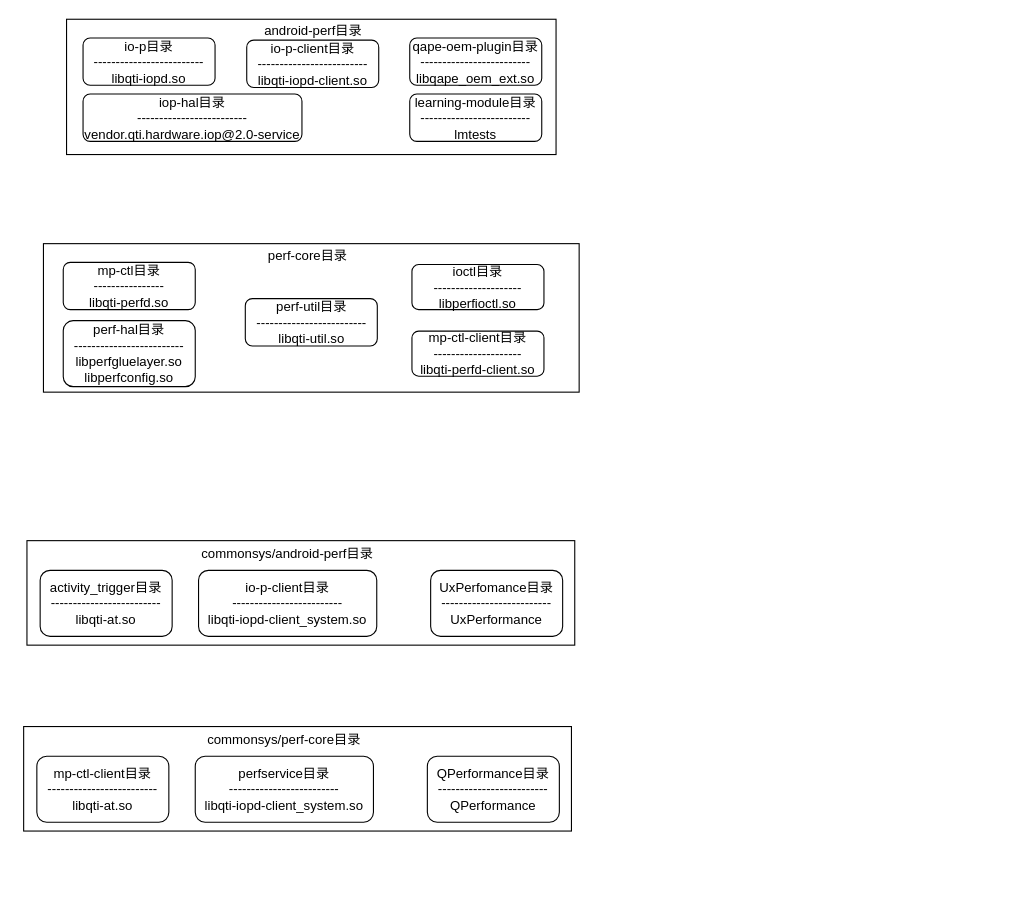
Earlier version of the draw.io diagram qcom.drawio (jasonactions/graph). Source tidied: cells renumbered, new cells numbered last; positions are measured from the earlier drawing's top-left corner, leaving out a move shared by most shapes. Both pictures are drawn from the tidied source at 110%, with x=0, y=0 at pixel (23, 19).
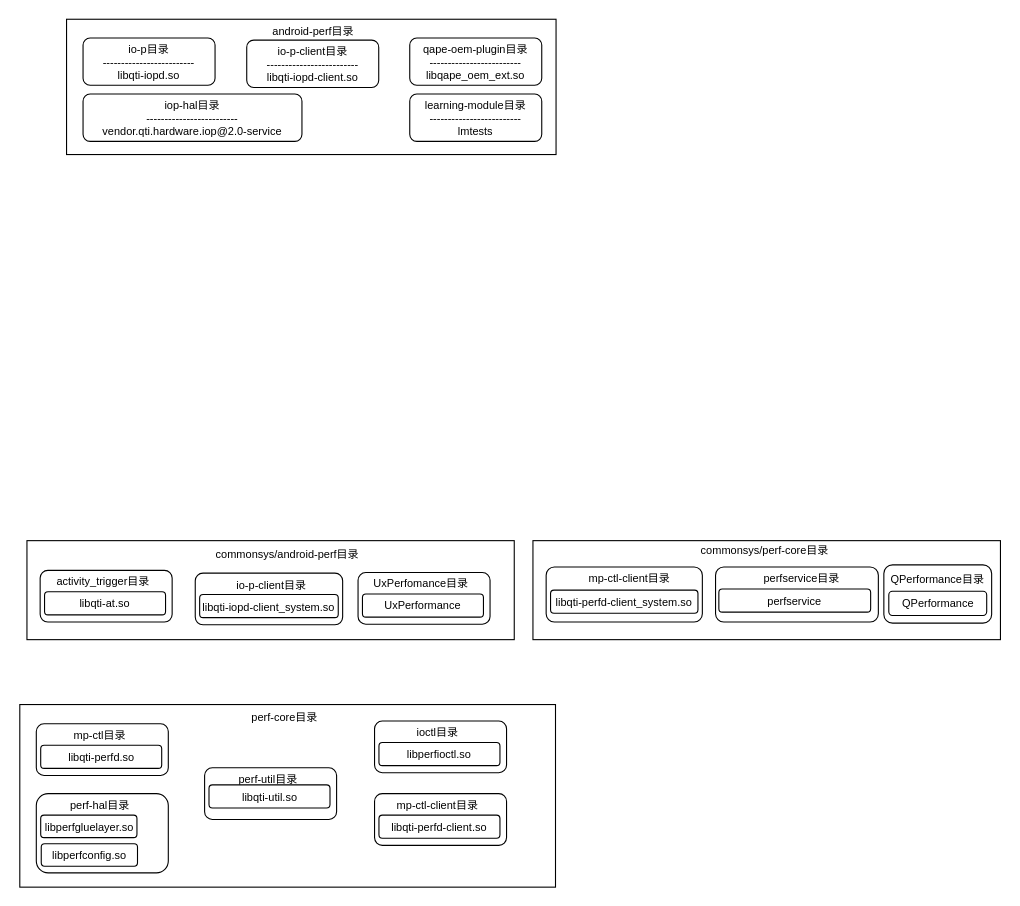
The same page after the edit.

Diff of the diagram source:
```diff
@@
+    <mxCell id="21" style="rounded=0;whiteSpace=wrap;html=1;fontSize=10;" parent="1" vertex="1">
+      <mxGeometry x="463" y="474" width="425" height="90" as="geometry" />
+    </mxCell>
-    <mxCell id="2" style="rounded=0;whiteSpace=wrap;html=1;" parent="1" vertex="1">
-      <mxGeometry x="3" y="474" width="498" height="95" as="geometry" />
+    <mxCell id="2" style="rounded=0;whiteSpace=wrap;html=1;fontSize=10;" parent="1" vertex="1">
+      <mxGeometry x="3" y="474" width="443" height="90" as="geometry" />
     </mxCell>
-    <mxCell id="3" style="rounded=0;whiteSpace=wrap;html=1;" parent="1" vertex="1">
+    <mxCell id="3" style="rounded=0;whiteSpace=wrap;html=1;fontSize=10;" parent="1" vertex="1">
       <mxGeometry x="39" width="445" height="123" as="geometry" />
     </mxCell>
-    <mxCell id="4" style="rounded=0;whiteSpace=wrap;html=1;" parent="1" vertex="1">
-      <mxGeometry x="18" y="204" width="487" height="135" as="geometry" />
+    <mxCell id="4" style="rounded=0;whiteSpace=wrap;html=1;fontSize=10;" parent="1" vertex="1">
+      <mxGeometry x="-3.5" y="623" width="487" height="166" as="geometry" />
     </mxCell>
-    <mxCell id="5" value="&lt;div&gt;perf-hal目录&lt;/div&gt;&lt;div&gt;-------------------------&lt;br&gt;&lt;/div&gt;&lt;div&gt;libperfgluelayer.so&lt;/div&gt;&lt;div&gt;libperfconfig.so&lt;br&gt;&lt;/div&gt;" style="rounded=1;whiteSpace=wrap;html=1;" parent="1" vertex="1">
-      <mxGeometry x="36" y="274" width="120" height="60" as="geometry" />
-    </mxCell>
-    <mxCell id="6" value="&lt;div&gt;mp-ctl目录&lt;/div&gt;&lt;div&gt;----------------&lt;br&gt;&lt;/div&gt;&lt;div&gt;libqti-perfd.so&lt;/div&gt;" style="rounded=1;whiteSpace=wrap;html=1;" parent="1" vertex="1">
-      <mxGeometry x="36" y="221" width="120" height="43" as="geometry" />
-    </mxCell>
-    <mxCell id="7" value="&lt;div&gt;mp-ctl-client目录&lt;/div&gt;&lt;div&gt;--------------------&lt;br&gt;&lt;/div&gt;&lt;div&gt;libqti-perfd-client.so&lt;/div&gt;" style="rounded=1;whiteSpace=wrap;html=1;" parent="1" vertex="1">
-      <mxGeometry x="353" y="283.5" width="120" height="41" as="geometry" />
-    </mxCell>
-    <mxCell id="8" value="&lt;div&gt;perf-util目录&lt;/div&gt;&lt;div&gt;-------------------------&lt;br&gt;&lt;/div&gt;libqti-util.so" style="rounded=1;whiteSpace=wrap;html=1;" parent="1" vertex="1">
-      <mxGeometry x="201.5" y="254" width="120" height="43" as="geometry" />
-    </mxCell>
-    <mxCell id="9" value="perf-core目录" style="text;html=1;strokeColor=none;fillColor=none;align=center;verticalAlign=middle;whiteSpace=wrap;rounded=0;" parent="1" vertex="1">
-      <mxGeometry x="220" y="200" width="77" height="30" as="geometry" />
+    <mxCell id="9" value="perf-core目录" style="text;html=1;strokeColor=none;fillColor=none;align=center;verticalAlign=middle;whiteSpace=wrap;rounded=0;fontSize=10;" parent="1" vertex="1">
+      <mxGeometry x="198.5" y="619" width="77" height="30" as="geometry" />
     </mxCell>
-    <mxCell id="10" value="&lt;div&gt;io-p目录&lt;/div&gt;&lt;div&gt;-------------------------&lt;br&gt;&lt;/div&gt;libqti-iopd.so" style="rounded=1;whiteSpace=wrap;html=1;" parent="1" vertex="1">
+    <mxCell id="10" value="&lt;div style=&quot;font-size: 10px;&quot;&gt;io-p目录&lt;/div&gt;&lt;div style=&quot;font-size: 10px;&quot;&gt;-------------------------&lt;br style=&quot;font-size: 10px;&quot;&gt;&lt;/div&gt;libqti-iopd.so" style="rounded=1;whiteSpace=wrap;html=1;fontSize=10;" parent="1" vertex="1">
       <mxGeometry x="54" y="17" width="120" height="43" as="geometry" />
     </mxCell>
-    <mxCell id="11" value="&lt;div&gt;io-p-client目录&lt;/div&gt;&lt;div&gt;-------------------------&lt;br&gt;&lt;/div&gt;libqti-iopd-client.so" style="rounded=1;whiteSpace=wrap;html=1;" parent="1" vertex="1">
+    <mxCell id="11" value="&lt;div style=&quot;font-size: 10px;&quot;&gt;io-p-client目录&lt;/div&gt;&lt;div style=&quot;font-size: 10px;&quot;&gt;-------------------------&lt;br style=&quot;font-size: 10px;&quot;&gt;&lt;/div&gt;libqti-iopd-client.so" style="rounded=1;whiteSpace=wrap;html=1;fontSize=10;" parent="1" vertex="1">
       <mxGeometry x="202.8" y="19" width="120" height="43" as="geometry" />
     </mxCell>
-    <mxCell id="12" value="&lt;div&gt;iop-hal目录&lt;/div&gt;&lt;div&gt;-------------------------&lt;br&gt;&lt;/div&gt;vendor.qti.hardware.iop@2.0-service" style="rounded=1;whiteSpace=wrap;html=1;" parent="1" vertex="1">
+    <mxCell id="12" value="&lt;div style=&quot;font-size: 10px;&quot;&gt;iop-hal目录&lt;/div&gt;&lt;div style=&quot;font-size: 10px;&quot;&gt;-------------------------&lt;br style=&quot;font-size: 10px;&quot;&gt;&lt;/div&gt;vendor.qti.hardware.iop@2.0-service" style="rounded=1;whiteSpace=wrap;html=1;fontSize=10;" parent="1" vertex="1">
       <mxGeometry x="54" y="68" width="199" height="43" as="geometry" />
     </mxCell>
-    <mxCell id="13" value="&lt;div&gt;learning-module目录&lt;/div&gt;&lt;div&gt;-------------------------&lt;br&gt;&lt;/div&gt;lmtests" style="rounded=1;whiteSpace=wrap;html=1;" parent="1" vertex="1">
+    <mxCell id="13" value="&lt;div style=&quot;font-size: 10px;&quot;&gt;learning-module目录&lt;/div&gt;&lt;div style=&quot;font-size: 10px;&quot;&gt;-------------------------&lt;br style=&quot;font-size: 10px;&quot;&gt;&lt;/div&gt;lmtests" style="rounded=1;whiteSpace=wrap;html=1;fontSize=10;" parent="1" vertex="1">
       <mxGeometry x="351" y="68" width="120" height="43" as="geometry" />
     </mxCell>
-    <mxCell id="14" value="&lt;div&gt;qape-oem-plugin目录&lt;/div&gt;&lt;div&gt;-------------------------&lt;br&gt;&lt;/div&gt;libqape_oem_ext.so" style="rounded=1;whiteSpace=wrap;html=1;" parent="1" vertex="1">
+    <mxCell id="14" value="&lt;div style=&quot;font-size: 10px;&quot;&gt;qape-oem-plugin目录&lt;/div&gt;&lt;div style=&quot;font-size: 10px;&quot;&gt;-------------------------&lt;br style=&quot;font-size: 10px;&quot;&gt;&lt;/div&gt;libqape_oem_ext.so" style="rounded=1;whiteSpace=wrap;html=1;fontSize=10;" parent="1" vertex="1">
       <mxGeometry x="351" y="17" width="120" height="43" as="geometry" />
     </mxCell>
-    <mxCell id="15" value="android-perf目录" style="text;html=1;strokeColor=none;fillColor=none;align=center;verticalAlign=middle;whiteSpace=wrap;rounded=0;" parent="1" vertex="1">
+    <mxCell id="15" value="android-perf目录" style="text;html=1;strokeColor=none;fillColor=none;align=center;verticalAlign=middle;whiteSpace=wrap;rounded=0;fontSize=10;" parent="1" vertex="1">
       <mxGeometry x="216.5" width="92.5" height="21" as="geometry" />
     </mxCell>
-    <mxCell id="16" value="&lt;div&gt;ioctl目录&lt;/div&gt;&lt;div&gt;--------------------&lt;/div&gt;&lt;div&gt;libperfioctl.so&lt;br&gt;&lt;/div&gt;" style="rounded=1;whiteSpace=wrap;html=1;" parent="1" vertex="1">
-      <mxGeometry x="353" y="223" width="120" height="41" as="geometry" />
-    </mxCell>
-    <mxCell id="17" value="&lt;div&gt;activity_trigger目录&lt;/div&gt;&lt;div&gt;-------------------------&lt;/div&gt;&lt;div&gt;libqti-at.so&lt;br&gt;&lt;/div&gt;" style="rounded=1;whiteSpace=wrap;html=1;" parent="1" vertex="1">
-      <mxGeometry x="15" y="501" width="120" height="60" as="geometry" />
+    <mxCell id="17" style="rounded=1;whiteSpace=wrap;html=1;fontSize=10;" parent="1" vertex="1">
+      <mxGeometry x="15" y="501" width="120" height="47" as="geometry" />
     </mxCell>
-    <mxCell id="18" value="&lt;div&gt;io-p-client目录&lt;/div&gt;&lt;div&gt;-------------------------&lt;br&gt;&lt;/div&gt;&lt;div&gt;libqti-iopd-client_system.so&lt;br&gt;&lt;/div&gt;" style="rounded=1;whiteSpace=wrap;html=1;" parent="1" vertex="1">
-      <mxGeometry x="159" y="501" width="162" height="60" as="geometry" />
-    </mxCell>
-    <mxCell id="19" value="&lt;div&gt;UxPerfomance目录&lt;/div&gt;&lt;div&gt;-------------------------&lt;br&gt;&lt;/div&gt;&lt;div&gt;UxPerformance&lt;br&gt;&lt;/div&gt;" style="rounded=1;whiteSpace=wrap;html=1;" parent="1" vertex="1">
-      <mxGeometry x="370" y="501" width="120" height="60" as="geometry" />
-    </mxCell>
-    <mxCell id="20" value="commonsys/android-perf目录" style="text;html=1;strokeColor=none;fillColor=none;align=center;verticalAlign=middle;whiteSpace=wrap;rounded=0;" parent="1" vertex="1">
+    <mxCell id="20" value="commonsys/android-perf目录" style="text;html=1;strokeColor=none;fillColor=none;align=center;verticalAlign=middle;whiteSpace=wrap;rounded=0;fontSize=10;" parent="1" vertex="1">
       <mxGeometry x="156" y="471" width="168" height="30" as="geometry" />
     </mxCell>
-    <mxCell id="21" style="rounded=0;whiteSpace=wrap;html=1;" parent="1" vertex="1">
-      <mxGeometry y="643" width="498" height="95" as="geometry" />
-    </mxCell>
-    <mxCell id="22" value="&lt;div&gt;mp-ctl-client目录&lt;/div&gt;&lt;div&gt;-------------------------&lt;/div&gt;&lt;div&gt;libqti-at.so&lt;br&gt;&lt;/div&gt;" style="rounded=1;whiteSpace=wrap;html=1;" parent="1" vertex="1">
-      <mxGeometry x="12" y="670" width="120" height="60" as="geometry" />
+    <mxCell id="22" value="&lt;div style=&quot;font-size: 10px;&quot;&gt;&lt;br style=&quot;font-size: 10px;&quot;&gt;&lt;/div&gt;" style="rounded=1;whiteSpace=wrap;html=1;fontSize=10;" parent="1" vertex="1">
+      <mxGeometry x="475" y="498" width="142" height="50" as="geometry" />
     </mxCell>
-    <mxCell id="23" value="&lt;div&gt;perfservice目录&lt;/div&gt;&lt;div&gt;-------------------------&lt;br&gt;&lt;/div&gt;&lt;div&gt;libqti-iopd-client_system.so&lt;br&gt;&lt;/div&gt;" style="rounded=1;whiteSpace=wrap;html=1;" parent="1" vertex="1">
-      <mxGeometry x="156" y="670" width="162" height="60" as="geometry" />
+    <mxCell id="23" style="rounded=1;whiteSpace=wrap;html=1;fontSize=10;" parent="1" vertex="1">
+      <mxGeometry x="629" y="498" width="148" height="50" as="geometry" />
     </mxCell>
-    <mxCell id="24" value="&lt;div&gt;QPerformance目录&lt;/div&gt;&lt;div&gt;-------------------------&lt;br&gt;&lt;/div&gt;&lt;div&gt;QPerformance&lt;br&gt;&lt;/div&gt;" style="rounded=1;whiteSpace=wrap;html=1;" parent="1" vertex="1">
-      <mxGeometry x="367" y="670" width="120" height="60" as="geometry" />
+    <mxCell id="24" style="rounded=1;whiteSpace=wrap;html=1;fontSize=10;" parent="1" vertex="1">
+      <mxGeometry x="782" y="496" width="98" height="53" as="geometry" />
     </mxCell>
-    <mxCell id="25" value="commonsys/perf-core目录" style="text;html=1;strokeColor=none;fillColor=none;align=center;verticalAlign=middle;whiteSpace=wrap;rounded=0;" parent="1" vertex="1">
-      <mxGeometry x="153" y="640" width="168" height="30" as="geometry" />
+    <mxCell id="25" value="commonsys/perf-core目录" style="text;html=1;strokeColor=none;fillColor=none;align=center;verticalAlign=middle;whiteSpace=wrap;rounded=0;fontSize=10;" parent="1" vertex="1">
+      <mxGeometry x="590" y="468" width="168" height="30" as="geometry" />
     </mxCell>
+    <mxCell id="26" value="&lt;div style=&quot;font-size: 10px;&quot;&gt;QPerformance目录&lt;/div&gt;" style="text;html=1;strokeColor=none;fillColor=none;align=center;verticalAlign=middle;whiteSpace=wrap;rounded=0;fontSize=10;" parent="1" vertex="1">
+      <mxGeometry x="786" y="493" width="90" height="32" as="geometry" />
+    </mxCell>
+    <mxCell id="27" value="libqti-perfd-client_system.so" style="rounded=1;whiteSpace=wrap;html=1;fontSize=10;" parent="1" vertex="1">
+      <mxGeometry x="479" y="519" width="134" height="21" as="geometry" />
+    </mxCell>
+    <mxCell id="28" value="mp-ctl-client目录" style="text;html=1;strokeColor=none;fillColor=none;align=center;verticalAlign=middle;whiteSpace=wrap;rounded=0;fontSize=10;" parent="1" vertex="1">
+      <mxGeometry x="512" y="493" width="78" height="30" as="geometry" />
+    </mxCell>
+    <mxCell id="29" value="perfservice目录" style="text;html=1;strokeColor=none;fillColor=none;align=center;verticalAlign=middle;whiteSpace=wrap;rounded=0;fontSize=10;" parent="1" vertex="1">
+      <mxGeometry x="670" y="493" width="74.5" height="30" as="geometry" />
+    </mxCell>
+    <mxCell id="30" value="perfservice" style="rounded=1;whiteSpace=wrap;html=1;fontSize=10;" parent="1" vertex="1">
+      <mxGeometry x="632" y="518" width="138" height="21" as="geometry" />
+    </mxCell>
+    <mxCell id="31" value="QPerformance" style="rounded=1;whiteSpace=wrap;html=1;fontSize=10;" parent="1" vertex="1">
+      <mxGeometry x="786.5" y="520" width="89" height="22" as="geometry" />
+    </mxCell>
+    <mxCell id="32" value="&lt;div style=&quot;font-size: 10px;&quot;&gt;activity_trigger目录&lt;/div&gt;" style="text;html=1;strokeColor=none;fillColor=none;align=center;verticalAlign=middle;whiteSpace=wrap;rounded=0;fontSize=10;" parent="1" vertex="1">
+      <mxGeometry x="28" y="496" width="89" height="30" as="geometry" />
+    </mxCell>
+    <mxCell id="33" value="libqti-at.so" style="rounded=1;whiteSpace=wrap;html=1;fontSize=10;" parent="1" vertex="1">
+      <mxGeometry x="19" y="520.5" width="110" height="21" as="geometry" />
+    </mxCell>
+    <mxCell id="34" style="rounded=1;whiteSpace=wrap;html=1;fontSize=10;" parent="1" vertex="1">
+      <mxGeometry x="156" y="503.5" width="134" height="47" as="geometry" />
+    </mxCell>
+    <mxCell id="35" value="&lt;div style=&quot;font-size: 10px;&quot;&gt;&lt;div style=&quot;font-size: 10px;&quot;&gt;io-p-client目录&lt;/div&gt;&lt;/div&gt;" style="text;html=1;strokeColor=none;fillColor=none;align=center;verticalAlign=middle;whiteSpace=wrap;rounded=0;fontSize=10;" parent="1" vertex="1">
+      <mxGeometry x="181" y="498.5" width="89" height="30" as="geometry" />
+    </mxCell>
+    <mxCell id="36" value="libqti-iopd-client_system.so" style="rounded=1;whiteSpace=wrap;html=1;fontSize=10;" parent="1" vertex="1">
+      <mxGeometry x="160" y="523" width="126" height="21" as="geometry" />
+    </mxCell>
+    <mxCell id="37" style="rounded=1;whiteSpace=wrap;html=1;fontSize=10;" parent="1" vertex="1">
+      <mxGeometry x="304" y="503" width="120" height="47" as="geometry" />
+    </mxCell>
+    <mxCell id="38" value="&lt;div style=&quot;font-size: 10px;&quot;&gt;&lt;div style=&quot;font-size: 10px;&quot;&gt;UxPerfomance目录&lt;/div&gt;&lt;/div&gt;" style="text;html=1;strokeColor=none;fillColor=none;align=center;verticalAlign=middle;whiteSpace=wrap;rounded=0;fontSize=10;" parent="1" vertex="1">
+      <mxGeometry x="317" y="498" width="89" height="30" as="geometry" />
+    </mxCell>
+    <mxCell id="39" value="UxPerformance" style="rounded=1;whiteSpace=wrap;html=1;fontSize=10;" parent="1" vertex="1">
+      <mxGeometry x="308" y="522.5" width="110" height="21" as="geometry" />
+    </mxCell>
+    <mxCell id="40" style="rounded=1;whiteSpace=wrap;html=1;fontSize=10;" parent="1" vertex="1">
+      <mxGeometry x="11.5" y="640.5" width="120" height="47" as="geometry" />
+    </mxCell>
+    <mxCell id="41" value="&lt;div style=&quot;font-size: 10px;&quot;&gt;&lt;div style=&quot;font-size: 10px;&quot;&gt;mp-ctl目录&lt;/div&gt;&lt;/div&gt;" style="text;html=1;strokeColor=none;fillColor=none;align=center;verticalAlign=middle;whiteSpace=wrap;rounded=0;fontSize=10;" parent="1" vertex="1">
+      <mxGeometry x="24.5" y="635.5" width="89" height="30" as="geometry" />
+    </mxCell>
+    <mxCell id="42" value="&lt;div style=&quot;font-size: 10px;&quot;&gt;libqti-perfd.so&lt;/div&gt;" style="rounded=1;whiteSpace=wrap;html=1;fontSize=10;" parent="1" vertex="1">
+      <mxGeometry x="15.5" y="660" width="110" height="21" as="geometry" />
+    </mxCell>
+    <mxCell id="43" style="rounded=1;whiteSpace=wrap;html=1;fontSize=10;" parent="1" vertex="1">
+      <mxGeometry x="319" y="638" width="120" height="47" as="geometry" />
+    </mxCell>
+    <mxCell id="44" value="&lt;div style=&quot;font-size: 10px;&quot;&gt;&lt;div style=&quot;font-size: 10px;&quot;&gt;ioctl目录&lt;/div&gt;&lt;/div&gt;" style="text;html=1;strokeColor=none;fillColor=none;align=center;verticalAlign=middle;whiteSpace=wrap;rounded=0;fontSize=10;" parent="1" vertex="1">
+      <mxGeometry x="332" y="633" width="89" height="30" as="geometry" />
+    </mxCell>
+    <mxCell id="45" value="libperfioctl.so" style="rounded=1;whiteSpace=wrap;html=1;fontSize=10;" parent="1" vertex="1">
+      <mxGeometry x="323" y="657.5" width="110" height="21" as="geometry" />
+    </mxCell>
+    <mxCell id="46" style="rounded=1;whiteSpace=wrap;html=1;fontSize=10;" parent="1" vertex="1">
+      <mxGeometry x="11.5" y="704" width="120" height="72" as="geometry" />
+    </mxCell>
+    <mxCell id="47" value="&lt;div style=&quot;font-size: 10px;&quot;&gt;perf-hal目录&lt;/div&gt;" style="text;html=1;strokeColor=none;fillColor=none;align=center;verticalAlign=middle;whiteSpace=wrap;rounded=0;fontSize=10;" parent="1" vertex="1">
+      <mxGeometry x="24.5" y="699" width="89" height="30" as="geometry" />
+    </mxCell>
+    <mxCell id="48" value="&lt;div style=&quot;font-size: 10px;&quot;&gt;libperfgluelayer.so&lt;/div&gt;" style="rounded=1;whiteSpace=wrap;html=1;fontSize=10;" parent="1" vertex="1">
+      <mxGeometry x="15.5" y="723.5" width="87.5" height="20.5" as="geometry" />
+    </mxCell>
+    <mxCell id="49" style="rounded=1;whiteSpace=wrap;html=1;fontSize=10;" parent="1" vertex="1">
+      <mxGeometry x="164.5" y="680.5" width="120" height="47" as="geometry" />
+    </mxCell>
+    <mxCell id="50" value="&lt;div style=&quot;font-size: 10px;&quot;&gt;perf-util目录&lt;/div&gt;" style="text;html=1;strokeColor=none;fillColor=none;align=center;verticalAlign=middle;whiteSpace=wrap;rounded=0;fontSize=10;" parent="1" vertex="1">
+      <mxGeometry x="177.5" y="675.5" width="89" height="30" as="geometry" />
+    </mxCell>
+    <mxCell id="51" value="libqti-util.so" style="rounded=1;whiteSpace=wrap;html=1;fontSize=10;" parent="1" vertex="1">
+      <mxGeometry x="168.5" y="696" width="110" height="21" as="geometry" />
+    </mxCell>
+    <mxCell id="52" style="rounded=1;whiteSpace=wrap;html=1;fontSize=10;" parent="1" vertex="1">
+      <mxGeometry x="319" y="704" width="120" height="47" as="geometry" />
+    </mxCell>
+    <mxCell id="53" value="&lt;div style=&quot;font-size: 10px;&quot;&gt;mp-ctl-client目录&lt;/div&gt;" style="text;html=1;strokeColor=none;fillColor=none;align=center;verticalAlign=middle;whiteSpace=wrap;rounded=0;fontSize=10;" parent="1" vertex="1">
+      <mxGeometry x="332" y="699" width="89" height="30" as="geometry" />
+    </mxCell>
+    <mxCell id="54" value="&lt;div style=&quot;font-size: 10px;&quot;&gt;libqti-perfd-client.so&lt;/div&gt;" style="rounded=1;whiteSpace=wrap;html=1;fontSize=10;" parent="1" vertex="1">
+      <mxGeometry x="323" y="723.5" width="110" height="21" as="geometry" />
+    </mxCell>
+    <mxCell id="55" value="libperfconfig.so" style="rounded=1;whiteSpace=wrap;html=1;fontSize=10;" parent="1" vertex="1">
+      <mxGeometry x="16" y="749.5" width="87.5" height="20.5" as="geometry" />
+    </mxCell>
```
